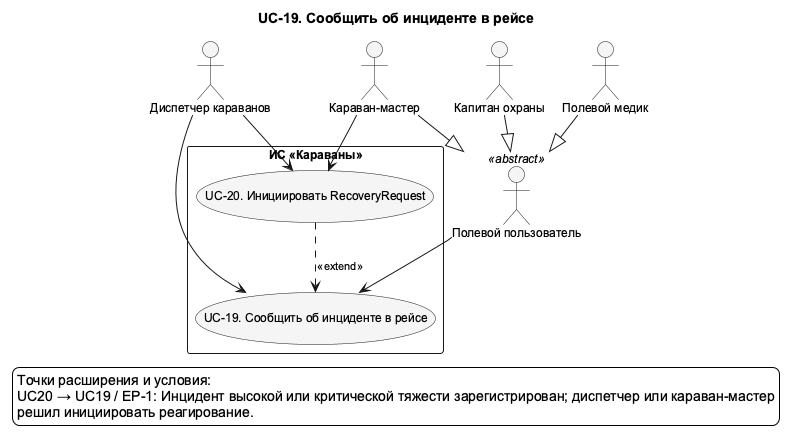
The PlantUML diagram docs/diagrams/out/UC_19_Detail.png in granikartem/MPI, before a commit. Its diagram source:
```plantuml
@startuml UC_19_Detail
!pragma layout smetana
skinparam shadowing false
skinparam defaultFontName Arial
skinparam defaultFontSize 12
skinparam backgroundColor white
skinparam nodesep 75
skinparam ranksep 100
skinparam ArrowFontSize 11
skinparam usecaseBackgroundColor #F5F5F5
skinparam activityBackgroundColor #F5F5F5
top to bottom direction
title UC-19. Сообщить об инциденте в рейсе

actor "Диспетчер караванов" as Dispatcher
actor "Караван-мастер" as CaravanMaster
actor "Капитан охраны" as SecurityCaptain
actor "Полевой медик" as Medic
actor "Полевой пользователь" as FieldUser <<abstract>>
rectangle "ИС «Караваны»" as SystemBoundary {
  usecase "UC-19. Сообщить об инциденте в рейсе" as UC19
  usecase "UC-20. Инициировать RecoveryRequest" as UC20
}
UC20 ..> UC19 : <<extend>>
Dispatcher --> UC20
CaravanMaster --> UC20
FieldUser --> UC19
Dispatcher --> UC19
CaravanMaster --|> FieldUser
SecurityCaptain --|> FieldUser
Medic --|> FieldUser
legend bottom
  Точки расширения и условия:
  UC20 → UC19 / EP-1: Инцидент высокой или критической тяжести зарегистрирован; диспетчер или караван-мастер
  решил инициировать реагирование.
endlegend
@enduml
```
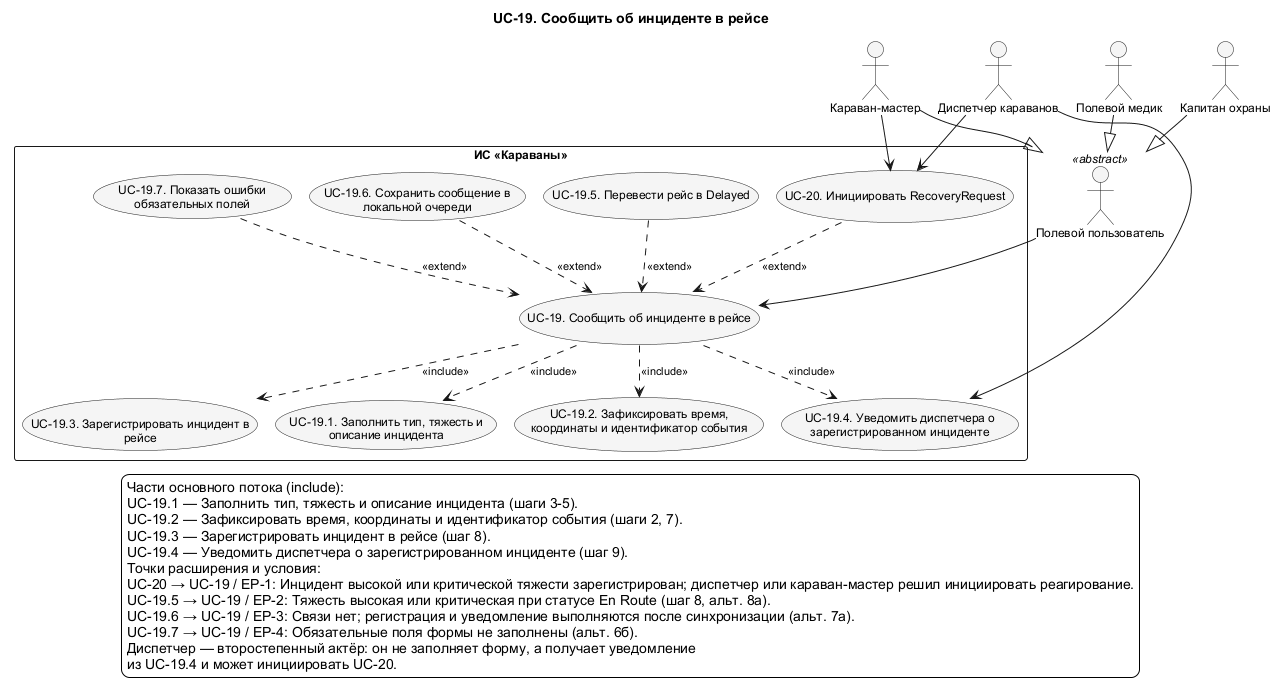
The same file after the commit.

What changed in the source:
```diff
@@ -12,26 +12,49 @@
 top to bottom direction
 title UC-19. Сообщить об инциденте в рейсе
 
-actor "Диспетчер караванов" as Dispatcher
 actor "Караван-мастер" as CaravanMaster
 actor "Капитан охраны" as SecurityCaptain
 actor "Полевой медик" as Medic
 actor "Полевой пользователь" as FieldUser <<abstract>>
+actor "Диспетчер караванов" as Dispatcher
 rectangle "ИС «Караваны»" as SystemBoundary {
   usecase "UC-19. Сообщить об инциденте в рейсе" as UC19
   usecase "UC-20. Инициировать RecoveryRequest" as UC20
+  usecase "UC-19.1. Заполнить тип, тяжесть и\nописание инцидента" as UC19_1
+  usecase "UC-19.2. Зафиксировать время,\nкоординаты и идентификатор события" as UC19_2
+  usecase "UC-19.3. Зарегистрировать инцидент в\nрейсе" as UC19_3
+  usecase "UC-19.4. Уведомить диспетчера о\nзарегистрированном инциденте" as UC19_4
+  usecase "UC-19.5. Перевести рейс в Delayed" as UC19_5
+  usecase "UC-19.6. Сохранить сообщение в\nлокальной очереди" as UC19_6
+  usecase "UC-19.7. Показать ошибки\nобязательных полей" as UC19_7
 }
 UC20 ..> UC19 : <<extend>>
+UC19 ..> UC19_1 : <<include>>
+UC19 ..> UC19_2 : <<include>>
+UC19 ..> UC19_3 : <<include>>
+UC19 ..> UC19_4 : <<include>>
+UC19_5 ..> UC19 : <<extend>>
+UC19_6 ..> UC19 : <<extend>>
+UC19_7 ..> UC19 : <<extend>>
+FieldUser --> UC19
+Dispatcher --> UC19_4
 Dispatcher --> UC20
 CaravanMaster --> UC20
-FieldUser --> UC19
-Dispatcher --> UC19
 CaravanMaster --|> FieldUser
 SecurityCaptain --|> FieldUser
 Medic --|> FieldUser
 legend bottom
+  Части основного потока (include):
+  UC-19.1 — Заполнить тип, тяжесть и описание инцидента (шаги 3-5).
+  UC-19.2 — Зафиксировать время, координаты и идентификатор события (шаги 2, 7).
+  UC-19.3 — Зарегистрировать инцидент в рейсе (шаг 8).
+  UC-19.4 — Уведомить диспетчера о зарегистрированном инциденте (шаг 9).
   Точки расширения и условия:
-  UC20 → UC19 / EP-1: Инцидент высокой или критической тяжести зарегистрирован; диспетчер или караван-мастер
-  решил инициировать реагирование.
+  UC-20 → UC-19 / EP-1: Инцидент высокой или критической тяжести зарегистрирован; диспетчер или караван-мастер решил инициировать реагирование.
+  UC-19.5 → UC-19 / EP-2: Тяжесть высокая или критическая при статусе En Route (шаг 8, альт. 8а).
+  UC-19.6 → UC-19 / EP-3: Связи нет; регистрация и уведомление выполняются после синхронизации (альт. 7а).
+  UC-19.7 → UC-19 / EP-4: Обязательные поля формы не заполнены (альт. 6б).
+  Диспетчер — второстепенный актёр: он не заполняет форму, а получает уведомление
+  из UC-19.4 и может инициировать UC-20.
 endlegend
 @enduml
```
